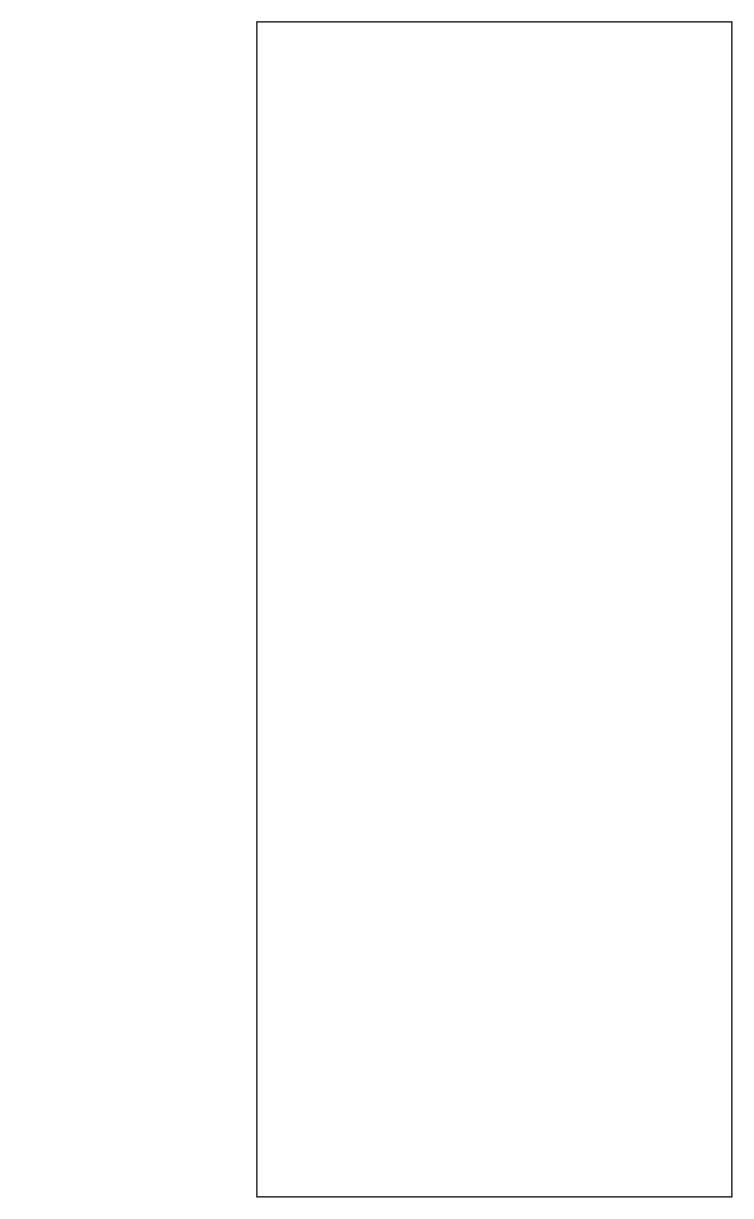
Earlier version of the draw.io diagram page "Use case" (3 of 3) of diagrams/diagrams.drawio (juanvictorqwerty/MedicalPortal). Source tidied: cells renumbered, new cells numbered last; positions are measured from the earlier drawing's top-left corner, leaving out a move shared by most shapes. Both pictures are drawn from the tidied source at 125%, with x=0, y=0 at pixel (256, 21).
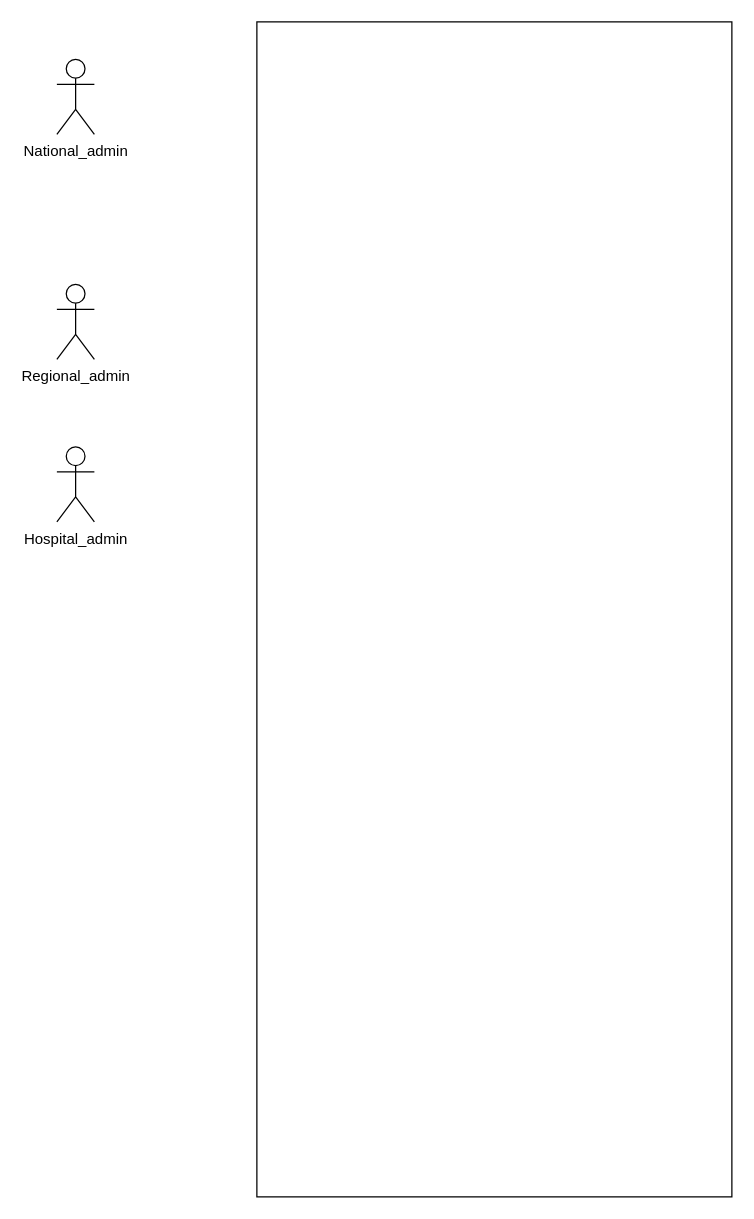
The same diagram, later.

Commit message (it also covers changes not shown here):
feat: update database schema diagrams with location fields and add admin actors to use case diagram

The edit, as a diff of the source:
```diff
@@
 <mxGraphModel>
   <root>
     <mxCell id="0" />
     <mxCell id="1" parent="0" />
     <mxCell id="2" style="rounded=0;whiteSpace=wrap;html=1;" parent="1" vertex="1">
       <mxGeometry width="380" height="940" as="geometry" />
     </mxCell>
+    <mxCell id="3" value="National_admin" style="shape=umlActor;verticalLabelPosition=bottom;verticalAlign=top;html=1;" parent="1" vertex="1">
+      <mxGeometry x="-160" y="30" width="30" height="60" as="geometry" />
+    </mxCell>
+    <mxCell id="4" value="Regional_admin" style="shape=umlActor;verticalLabelPosition=bottom;verticalAlign=top;html=1;" parent="1" vertex="1">
+      <mxGeometry x="-160" y="210" width="30" height="60" as="geometry" />
+    </mxCell>
+    <mxCell id="5" value="Hospital_admin" style="shape=umlActor;verticalLabelPosition=bottom;verticalAlign=top;html=1;" parent="1" vertex="1">
+      <mxGeometry x="-160" y="340" width="30" height="60" as="geometry" />
+    </mxCell>
   </root>
 </mxGraphModel>
```
